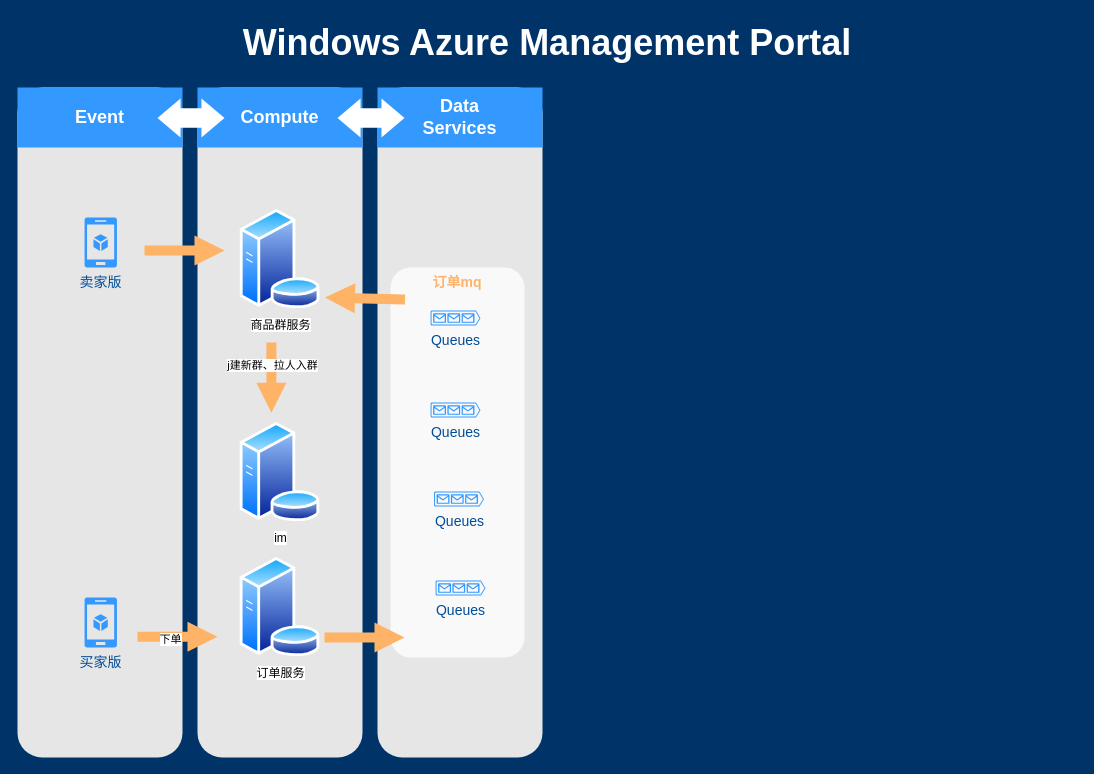
Earlier version of the draw.io diagram itemGroupArch.drawio (killermyth/Documents). Source tidied: cells renumbered, new cells numbered last; positions are measured from the earlier drawing's top-left corner, leaving out a move shared by most shapes. Both pictures are drawn from the tidied source at 100%, with x=0, y=0 at pixel (17, 17).
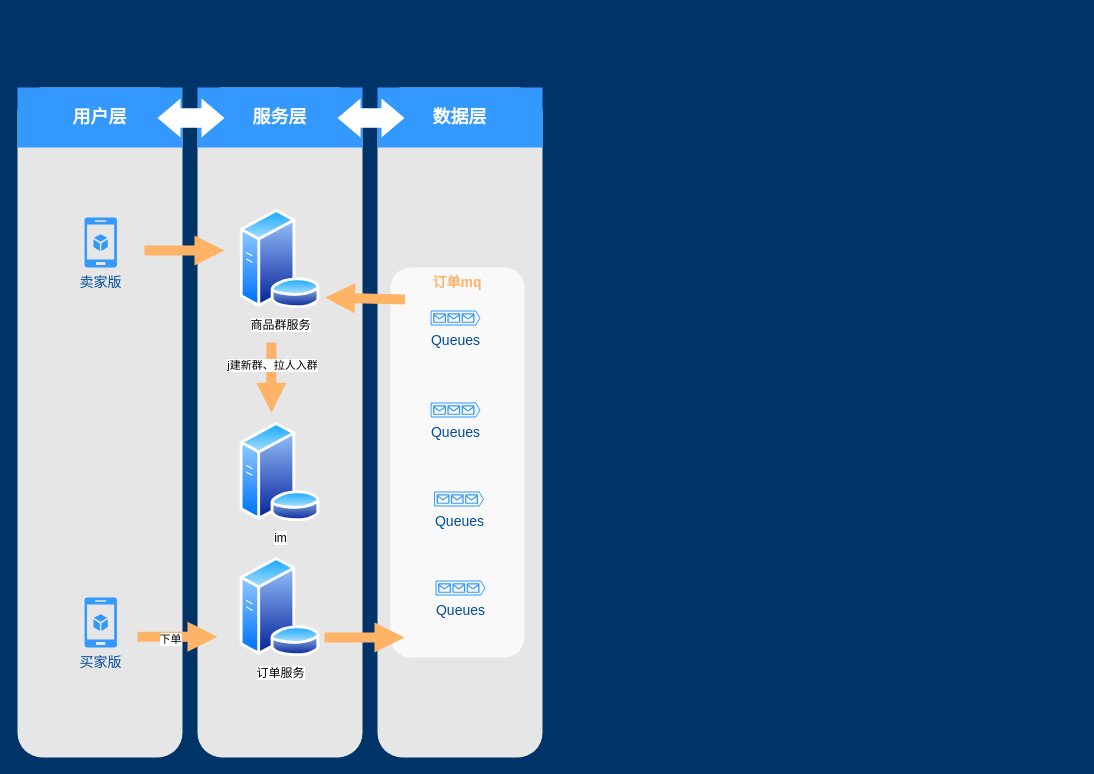
Above is the later version.

Change to the diagram source:
```diff
@@
-    <mxCell id="5" value="Event" style="whiteSpace=wrap;html=1;dashed=1;strokeColor=none;strokeWidth=2;fillColor=#3399FF;fontFamily=Helvetica;fontSize=18;fontColor=#FFFFFF;fontStyle=1;" parent="1" vertex="1">
+    <mxCell id="5" value="用户层" style="whiteSpace=wrap;html=1;dashed=1;strokeColor=none;strokeWidth=2;fillColor=#3399FF;fontFamily=Helvetica;fontSize=18;fontColor=#FFFFFF;fontStyle=1;" parent="1" vertex="1">
       <mxGeometry y="70" width="165" height="60" as="geometry" />
     </mxCell>
-    <mxCell id="6" value="Compute" style="whiteSpace=wrap;html=1;dashed=1;strokeColor=none;strokeWidth=2;fillColor=#3399FF;fontFamily=Helvetica;fontSize=18;fontColor=#FFFFFF;fontStyle=1;" parent="1" vertex="1">
+    <mxCell id="6" value="服务层" style="whiteSpace=wrap;html=1;dashed=1;strokeColor=none;strokeWidth=2;fillColor=#3399FF;fontFamily=Helvetica;fontSize=18;fontColor=#FFFFFF;fontStyle=1;" parent="1" vertex="1">
       <mxGeometry x="180" y="70" width="165" height="60" as="geometry" />
     </mxCell>
-    <mxCell id="7" value="Data&lt;div&gt;Services&lt;/div&gt;" style="whiteSpace=wrap;html=1;dashed=1;strokeColor=none;strokeWidth=2;fillColor=#3399FF;fontFamily=Helvetica;fontSize=18;fontColor=#FFFFFF;fontStyle=1;" parent="1" vertex="1">
+    <mxCell id="7" value="&lt;span&gt;数据层&lt;/span&gt;" style="whiteSpace=wrap;html=1;dashed=1;strokeColor=none;strokeWidth=2;fillColor=#3399FF;fontFamily=Helvetica;fontSize=18;fontColor=#FFFFFF;fontStyle=1;" parent="1" vertex="1">
       <mxGeometry x="360" y="70" width="165" height="60" as="geometry" />
     </mxCell>
@@
-    <mxCell id="11" value="Windows Azure Management Portal" style="text;html=1;strokeColor=none;fillColor=none;align=center;verticalAlign=middle;whiteSpace=wrap;overflow=hidden;dashed=1;fontSize=36;fontColor=#FFFFFF;fontFamily=Helvetica;fontStyle=1;" parent="1" vertex="1">
-      <mxGeometry width="1060" height="50" as="geometry" />
-    </mxCell>
```
